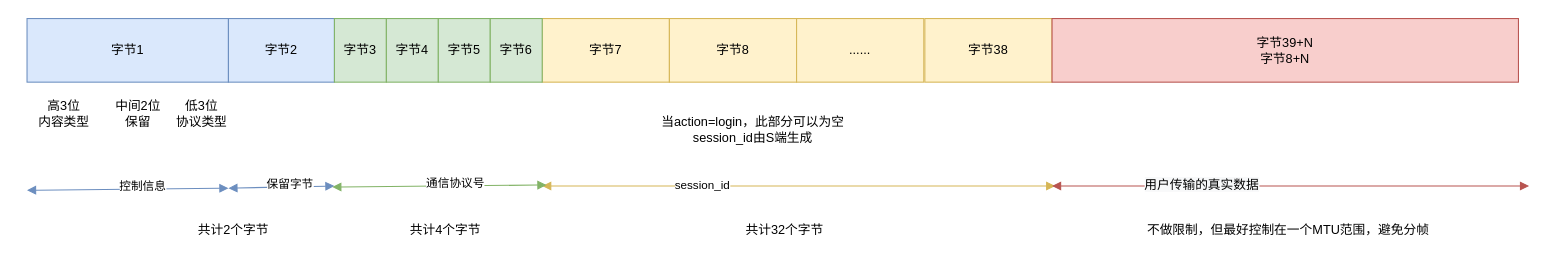
Before: diy_protocol.drawio in mqzhifu/drawpic, a draw.io diagram. Source tidied: cells renumbered, new cells numbered last; positions are measured from the earlier drawing's top-left corner, leaving out a move shared by most shapes. Both pictures are drawn from the tidied source at 106%, with x=0, y=0 at pixel (26, 18).
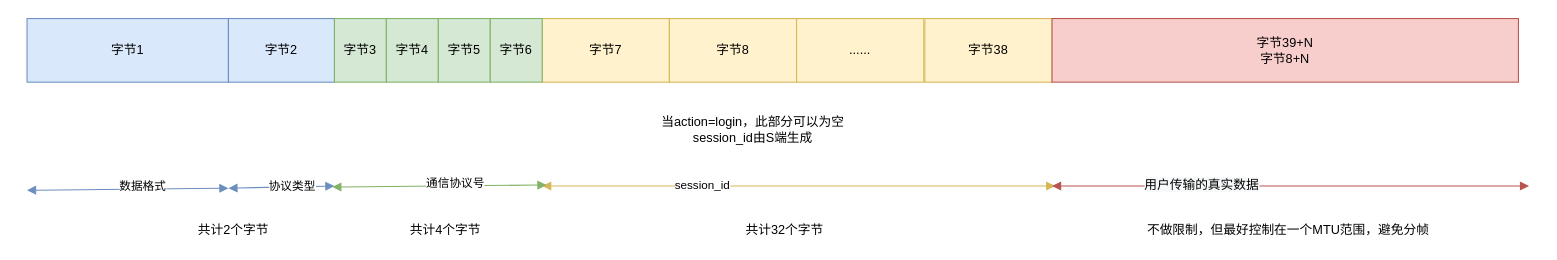
After the change.

The change refers to these unchanged cells:
```xml
<mxCell id="9" style="endArrow=block;startArrow=block;endFill=1;startFill=1;html=1;fillColor=#dae8fc;strokeColor=#6c8ebf;" parent="1" edge="1">
  <mxGeometry relative="1" as="geometry">
    <mxPoint y="162" as="sourcePoint" />
    <mxPoint x="190" y="160" as="targetPoint" />
  </mxGeometry>
</mxCell>
<mxCell id="15" style="endArrow=block;startArrow=block;endFill=1;startFill=1;html=1;fillColor=#dae8fc;strokeColor=#6c8ebf;" parent="1" edge="1">
  <mxGeometry relative="1" as="geometry">
    <mxPoint x="190" y="160" as="sourcePoint" />
    <mxPoint x="290" y="158" as="targetPoint" />
  </mxGeometry>
</mxCell>
```

What changed in the source:
```diff
@@
-    <mxCell id="10" value="控制信息" style="edgeLabel;html=1;align=center;verticalAlign=middle;" parent="9" vertex="1">
+    <mxCell id="10" value="数据格式" style="edgeLabel;html=1;align=center;verticalAlign=middle;" parent="9" vertex="1">
       <mxGeometry x="0.15" y="3" relative="1" as="geometry" />
     </mxCell>
-    <mxCell id="11" value="高3位&lt;br&gt;内容类型" style="text;html=1;strokeColor=none;fillColor=none;align=center;verticalAlign=middle;whiteSpace=wrap;rounded=0;" parent="1" vertex="1">
-      <mxGeometry x="10" y="80" width="50" height="20" as="geometry" />
-    </mxCell>
-    <mxCell id="12" value="低3位&lt;br&gt;协议类型" style="text;html=1;strokeColor=none;fillColor=none;align=center;verticalAlign=middle;whiteSpace=wrap;rounded=0;" parent="1" vertex="1">
-      <mxGeometry x="130" y="80" width="70" height="20" as="geometry" />
-    </mxCell>
-    <mxCell id="13" value="中间2位&lt;br&gt;保留" style="text;html=1;strokeColor=none;fillColor=none;align=center;verticalAlign=middle;whiteSpace=wrap;rounded=0;" parent="1" vertex="1">
-      <mxGeometry x="80" y="80" width="50" height="20" as="geometry" />
-    </mxCell>
@@
-    <mxCell id="16" value="保留字节" style="edgeLabel;html=1;align=center;verticalAlign=middle;" parent="15" vertex="1">
-      <mxGeometry x="0.15" y="3" relative="1" as="geometry" />
-    </mxCell>
+    <mxCell id="31" value="协议类型" style="edgeLabel;html=1;align=center;verticalAlign=middle;" parent="15" vertex="1">
+      <mxGeometry x="0.2" y="1" relative="1" as="geometry" />
+    </mxCell>
```
